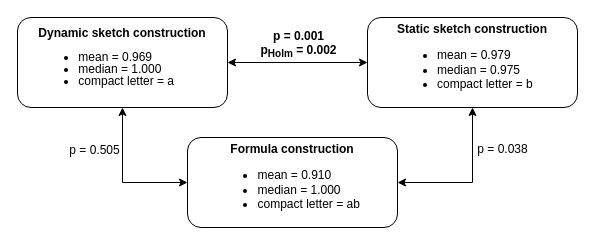
This is page "LIT" (4 of 4) of results_post-hoc.drawio from jmleson/Study_DrawingAttention, a draw.io file, before an edit. Source tidied: cells renumbered, new cells numbered last; positions are measured from the earlier drawing's top-left corner, leaving out a move shared by most shapes. Both pictures are drawn from the tidied source at 100%, with x=0, y=0 at pixel (17, 17).
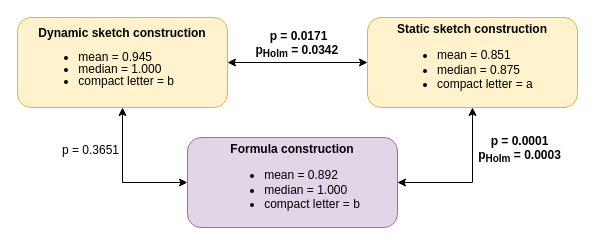
The same page after the edit.

The edit, as a diff of the source:
```diff
@@
 <mxGraphModel>
   <root>
     <mxCell id="0" />
     <mxCell id="1" parent="0" />
     <mxCell id="2" style="edgeStyle=orthogonalEdgeStyle;rounded=0;jettySize=auto;html=1;entryX=0;entryY=0.5;entryDx=0;entryDy=0;startArrow=classic;startFill=1;" parent="1" edge="1" source="6" target="10">
       <mxGeometry relative="1" as="geometry" />
     </mxCell>
-    <mxCell id="3" value="p = 0.001&lt;div&gt;p&lt;sub&gt;Holm&lt;/sub&gt; = 0.002&lt;/div&gt;" style="edgeLabel;html=1;align=center;verticalAlign=middle;fontSize=12;fontStyle=1;" parent="2" vertex="1">
+    <mxCell id="3" value="p = 0.0171&lt;div&gt;p&lt;sub&gt;Holm&lt;/sub&gt; = 0.0342&amp;nbsp;&lt;/div&gt;" style="edgeLabel;html=1;align=center;verticalAlign=middle;fontSize=12;fontStyle=1;" parent="2" vertex="1">
       <mxGeometry x="-0.11" y="2" relative="1" as="geometry">
         <mxPoint x="8" y="-17" as="offset" />
       </mxGeometry>
     </mxCell>
     <mxCell id="4" style="edgeStyle=orthogonalEdgeStyle;rounded=0;jettySize=auto;html=1;entryX=0;entryY=0.5;entryDx=0;entryDy=0;startArrow=classic;startFill=1;" parent="1" edge="1" source="6" target="7">
       <mxGeometry relative="1" as="geometry" />
     </mxCell>
-    <mxCell id="5" value="p = 0.505" style="edgeLabel;html=1;align=center;verticalAlign=middle;fontSize=12;" parent="4" vertex="1">
+    <mxCell id="5" value="p = 0.3651" style="edgeLabel;html=1;align=center;verticalAlign=middle;fontSize=12;" parent="4" vertex="1">
       <mxGeometry x="-0.43" y="-2" relative="1" as="geometry">
-        <mxPoint x="-27" y="2" as="offset" />
+        <mxPoint x="-31" y="2" as="offset" />
       </mxGeometry>
     </mxCell>
-    <mxCell id="6" value="&lt;div style=&quot;line-height: 100%;&quot;&gt;&lt;b&gt;Dynamic sketch construction&lt;/b&gt;&lt;div&gt;&lt;ul&gt;&lt;li style=&quot;text-align: left;&quot;&gt;&lt;span style=&quot;background-color: transparent; color: light-dark(rgb(0, 0, 0), rgb(255, 255, 255));&quot;&gt;mean = 0.969&lt;/span&gt;&lt;/li&gt;&lt;li style=&quot;text-align: left;&quot;&gt;&lt;span style=&quot;background-color: transparent; color: light-dark(rgb(0, 0, 0), rgb(255, 255, 255));&quot;&gt;median = 1.000&lt;/span&gt;&lt;/li&gt;&lt;li style=&quot;text-align: left;&quot;&gt;&lt;span style=&quot;background-color: transparent; color: light-dark(rgb(0, 0, 0), rgb(255, 255, 255));&quot;&gt;compact letter = a&lt;/span&gt;&lt;/li&gt;&lt;/ul&gt;&lt;/div&gt;&lt;/div&gt;" style="rounded=1;whiteSpace=wrap;html=1;" parent="1" vertex="1">
+    <mxCell id="6" value="&lt;div style=&quot;line-height: 100%;&quot;&gt;&lt;b&gt;Dynamic sketch construction&lt;/b&gt;&lt;div&gt;&lt;ul&gt;&lt;li style=&quot;text-align: left;&quot;&gt;&lt;span style=&quot;background-color: transparent; color: light-dark(rgb(0, 0, 0), rgb(255, 255, 255));&quot;&gt;mean = 0.945&lt;/span&gt;&lt;/li&gt;&lt;li style=&quot;text-align: left;&quot;&gt;&lt;span style=&quot;background-color: transparent; color: light-dark(rgb(0, 0, 0), rgb(255, 255, 255));&quot;&gt;median = 1.000&lt;/span&gt;&lt;/li&gt;&lt;li style=&quot;text-align: left;&quot;&gt;&lt;span style=&quot;background-color: transparent; color: light-dark(rgb(0, 0, 0), rgb(255, 255, 255));&quot;&gt;compact letter = b&lt;/span&gt;&lt;/li&gt;&lt;/ul&gt;&lt;/div&gt;&lt;/div&gt;" style="rounded=1;whiteSpace=wrap;html=1;fillColor=#fff2cc;strokeColor=#d6b656;" parent="1" vertex="1">
       <mxGeometry width="210" height="90" as="geometry" />
     </mxCell>
-    <mxCell id="7" value="&lt;b&gt;Formula construction&lt;/b&gt;&lt;div&gt;&lt;ul&gt;&lt;li style=&quot;text-align: left;&quot;&gt;&lt;span style=&quot;background-color: transparent; color: light-dark(rgb(0, 0, 0), rgb(255, 255, 255));&quot;&gt;mean = 0.910&lt;/span&gt;&lt;/li&gt;&lt;li style=&quot;text-align: left;&quot;&gt;&lt;span style=&quot;background-color: transparent; color: light-dark(rgb(0, 0, 0), rgb(255, 255, 255));&quot;&gt;median = 1.000&lt;/span&gt;&lt;/li&gt;&lt;li style=&quot;text-align: left;&quot;&gt;&lt;span style=&quot;background-color: transparent; color: light-dark(rgb(0, 0, 0), rgb(255, 255, 255));&quot;&gt;compact letter = ab&amp;nbsp;&amp;nbsp;&lt;/span&gt;&lt;/li&gt;&lt;/ul&gt;&lt;/div&gt;" style="rounded=1;whiteSpace=wrap;html=1;" parent="1" vertex="1">
+    <mxCell id="7" value="&lt;b&gt;Formula construction&lt;/b&gt;&lt;div&gt;&lt;ul&gt;&lt;li style=&quot;text-align: left;&quot;&gt;&lt;span style=&quot;background-color: transparent; color: light-dark(rgb(0, 0, 0), rgb(255, 255, 255));&quot;&gt;mean = 0.892&lt;/span&gt;&lt;/li&gt;&lt;li style=&quot;text-align: left;&quot;&gt;&lt;span style=&quot;background-color: transparent; color: light-dark(rgb(0, 0, 0), rgb(255, 255, 255));&quot;&gt;median = 1.000&lt;/span&gt;&lt;/li&gt;&lt;li style=&quot;text-align: left;&quot;&gt;&lt;span style=&quot;background-color: transparent; color: light-dark(rgb(0, 0, 0), rgb(255, 255, 255));&quot;&gt;compact letter = b&lt;/span&gt;&lt;/li&gt;&lt;/ul&gt;&lt;/div&gt;" style="rounded=1;whiteSpace=wrap;html=1;fillColor=#e1d5e7;strokeColor=#9673a6;" parent="1" vertex="1">
       <mxGeometry x="170" y="120" width="210" height="90" as="geometry" />
     </mxCell>
     <mxCell id="8" style="edgeStyle=orthogonalEdgeStyle;rounded=0;jettySize=auto;html=1;entryX=1;entryY=0.5;entryDx=0;entryDy=0;startArrow=classic;startFill=1;" parent="1" edge="1" source="10" target="7">
       <mxGeometry relative="1" as="geometry" />
     </mxCell>
-    <mxCell id="9" value="p = 0.038" style="edgeLabel;html=1;align=center;verticalAlign=middle;fontSize=12;" parent="8" vertex="1">
+    <mxCell id="9" value="p = 0.0001&lt;div&gt;p&lt;sub&gt;Holm&lt;/sub&gt; = 0.0003&lt;/div&gt;" style="edgeLabel;html=1;align=center;verticalAlign=middle;fontSize=12;fontStyle=1;" parent="8" vertex="1">
       <mxGeometry x="-0.46" y="3" relative="1" as="geometry">
-        <mxPoint x="26" as="offset" />
+        <mxPoint x="43" as="offset" />
       </mxGeometry>
     </mxCell>
-    <mxCell id="10" value="&lt;b&gt;Static sketch construction&lt;/b&gt;&lt;div&gt;&lt;ul&gt;&lt;li style=&quot;text-align: left;&quot;&gt;&lt;span style=&quot;background-color: transparent; color: light-dark(rgb(0, 0, 0), rgb(255, 255, 255));&quot;&gt;mean = 0.979&lt;/span&gt;&lt;/li&gt;&lt;li style=&quot;text-align: left;&quot;&gt;median = 0.975&lt;/li&gt;&lt;li style=&quot;text-align: left;&quot;&gt;&lt;span style=&quot;background-color: transparent; color: light-dark(rgb(0, 0, 0), rgb(255, 255, 255));&quot;&gt;compact letter = b&lt;/span&gt;&lt;/li&gt;&lt;/ul&gt;&lt;/div&gt;" style="rounded=1;whiteSpace=wrap;html=1;" parent="1" vertex="1">
+    <mxCell id="10" value="&lt;b&gt;Static sketch construction&lt;/b&gt;&lt;div&gt;&lt;ul&gt;&lt;li style=&quot;text-align: left;&quot;&gt;&lt;span style=&quot;background-color: transparent; color: light-dark(rgb(0, 0, 0), rgb(255, 255, 255));&quot;&gt;mean = 0.851&lt;/span&gt;&lt;/li&gt;&lt;li style=&quot;text-align: left;&quot;&gt;median = 0.875&lt;/li&gt;&lt;li style=&quot;text-align: left;&quot;&gt;&lt;span style=&quot;background-color: transparent; color: light-dark(rgb(0, 0, 0), rgb(255, 255, 255));&quot;&gt;compact letter = a&lt;/span&gt;&lt;/li&gt;&lt;/ul&gt;&lt;/div&gt;" style="rounded=1;whiteSpace=wrap;html=1;fillColor=#fff2cc;strokeColor=#d6b656;" parent="1" vertex="1">
       <mxGeometry x="350" width="210" height="90" as="geometry" />
     </mxCell>
   </root>
 </mxGraphModel>
```
